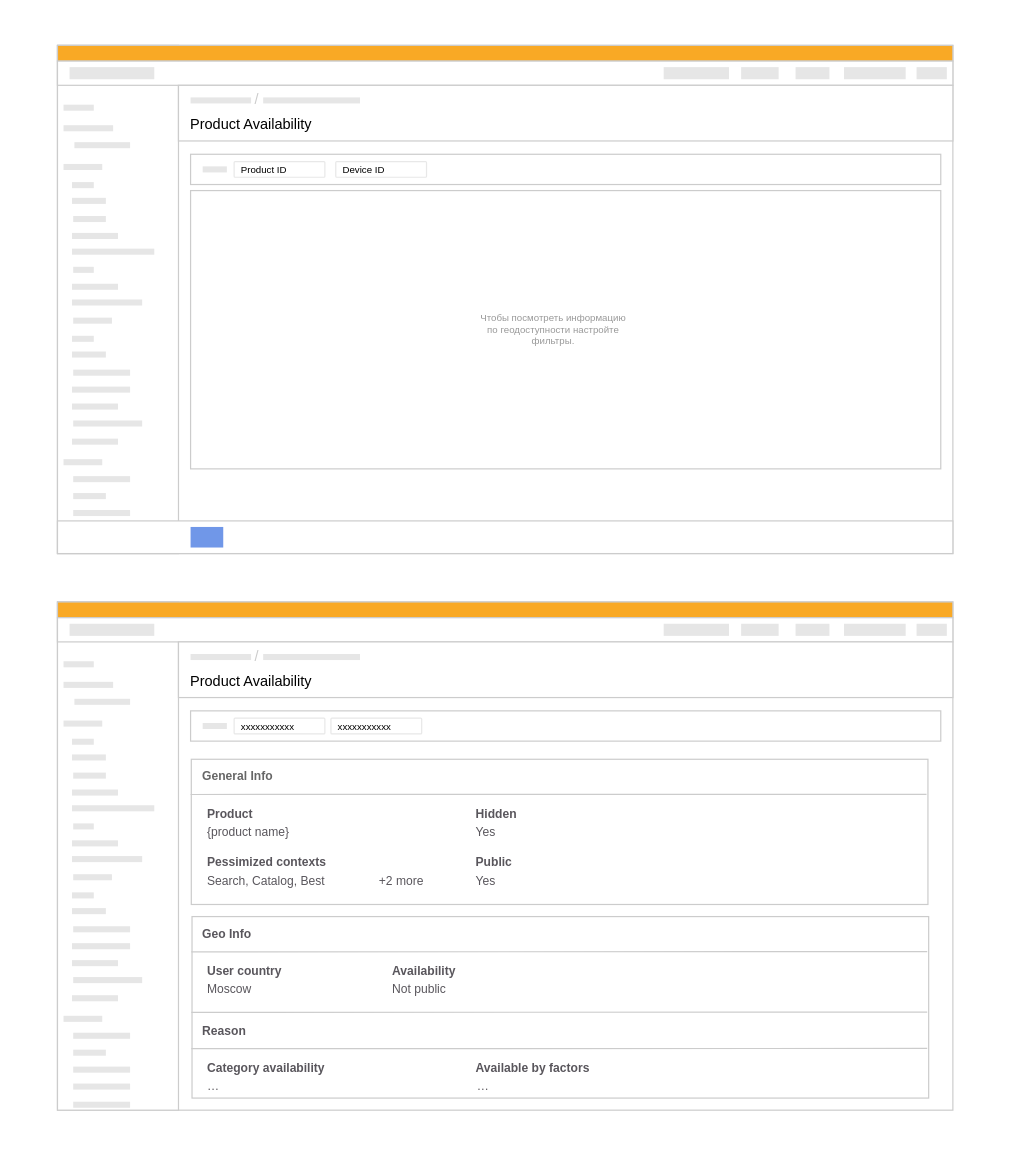
Earlier version of the draw.io diagram page "Base" (1 of 4) of geo.drawio (ajile/draw-io). Source tidied: cells renumbered, new cells numbered last; positions are measured from the earlier drawing's top-left corner, leaving out a move shared by most shapes. Both pictures are drawn from the tidied source at 121%, with x=0, y=0 at pixel (21, 21).
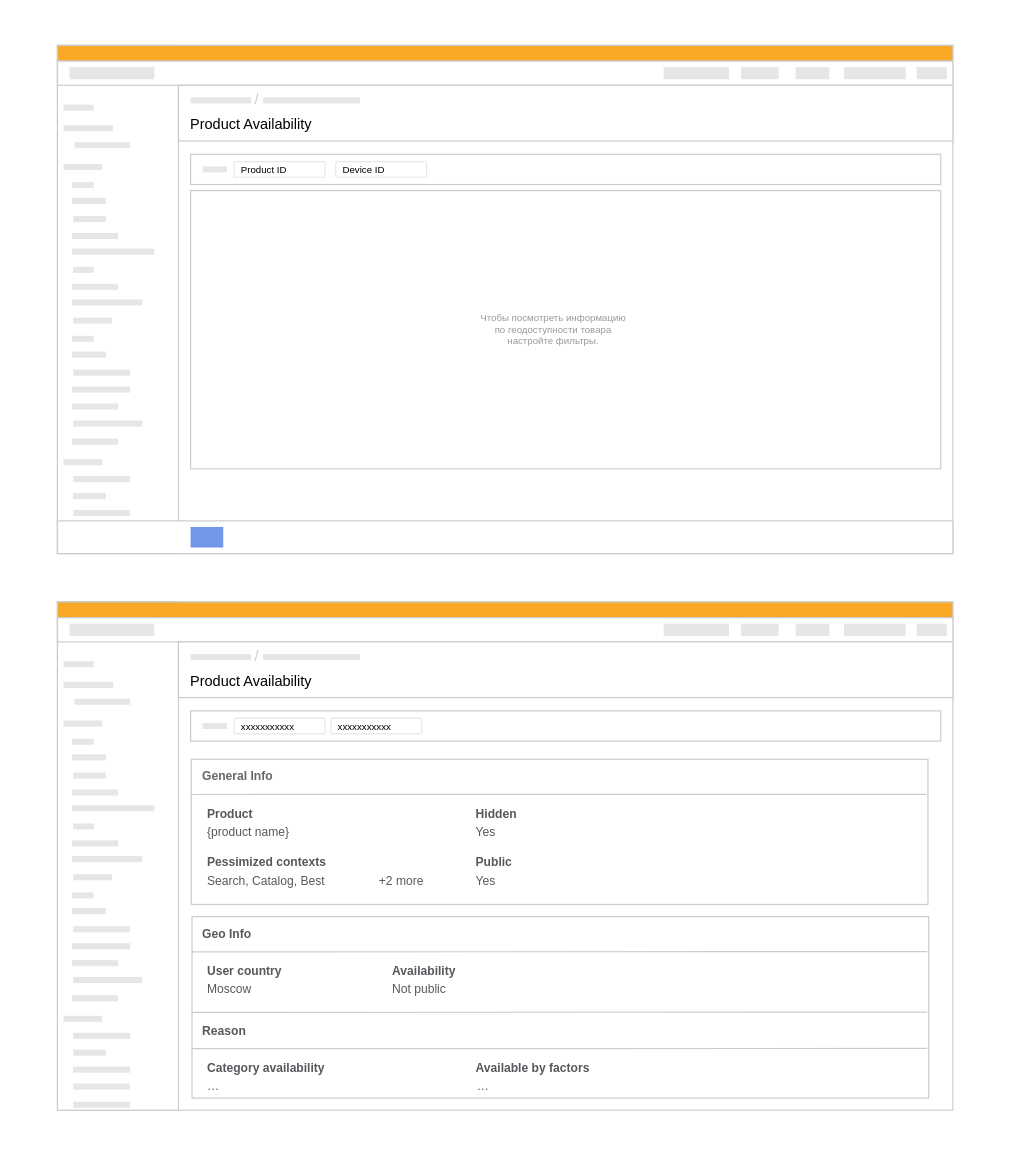
After the change.

The edit, as a diff of the source:
```diff
@@
-    <mxCell id="100" value="Чтобы посмотреть информацию по геодоступности настройте фильтры." style="text;html=1;strokeColor=none;fillColor=none;align=center;verticalAlign=middle;whiteSpace=wrap;rounded=0;fontColor=#999999;fontSize=8;spacing=0;" parent="2" vertex="1">
+    <mxCell id="100" value="Чтобы посмотреть информацию по геодоступности товара настройте фильтры." style="text;html=1;strokeColor=none;fillColor=none;align=center;verticalAlign=middle;whiteSpace=wrap;rounded=0;fontColor=#999999;fontSize=8;spacing=0;" parent="2" vertex="1">
       <mxGeometry x="380" y="230" width="120" height="50" as="geometry" />
     </mxCell>
```
